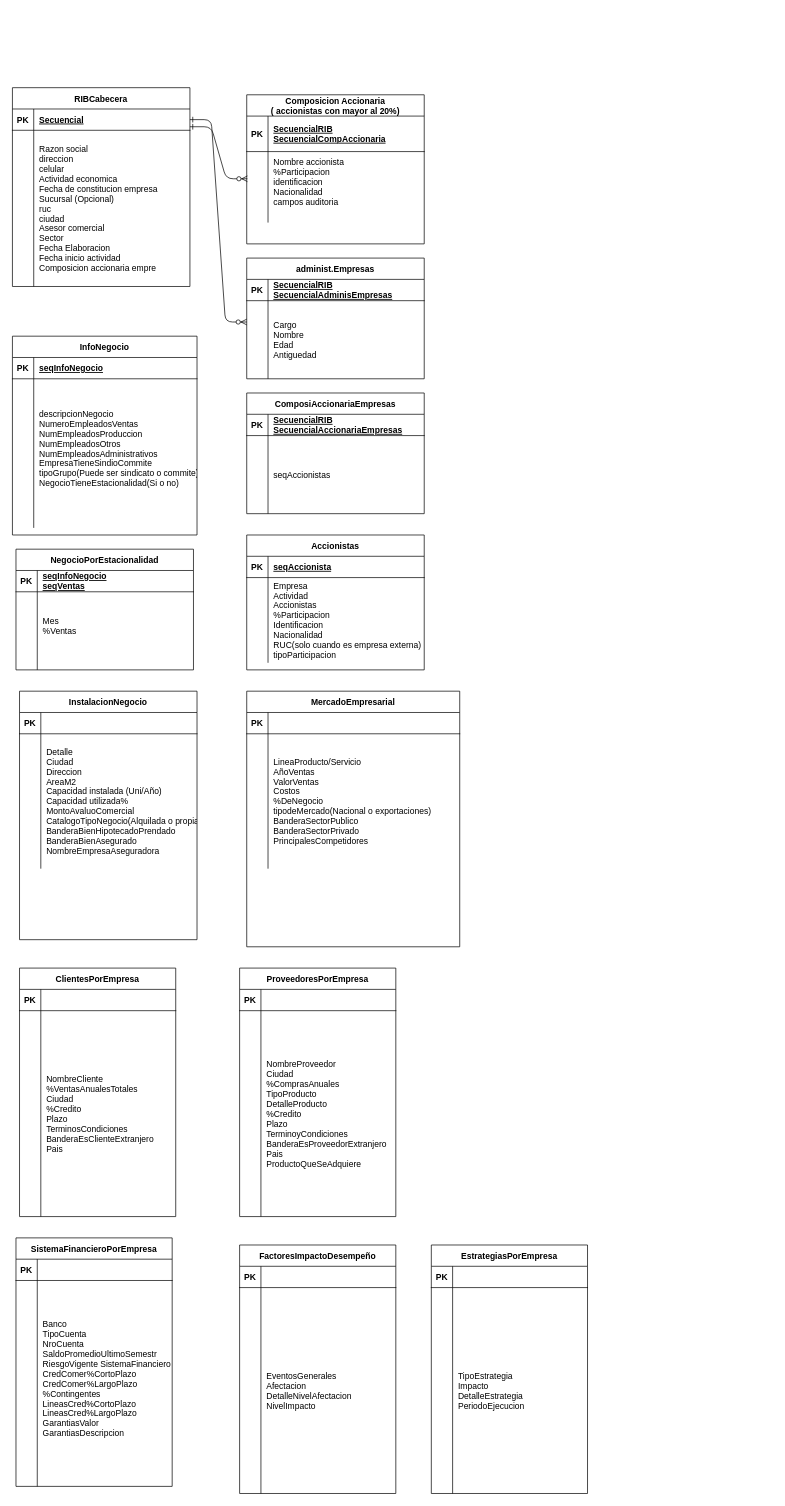
GonzaloDavid/diagramas keeps this draw.io diagram as RIB_BDD.drawio. Above is the earlier version. Source tidied: cells renumbered, new cells numbered last; positions are measured from the earlier drawing's top-left corner, leaving out a move shared by most shapes. Both pictures are drawn from the tidied source at 71%, with x=0, y=0 at pixel (12, 87).
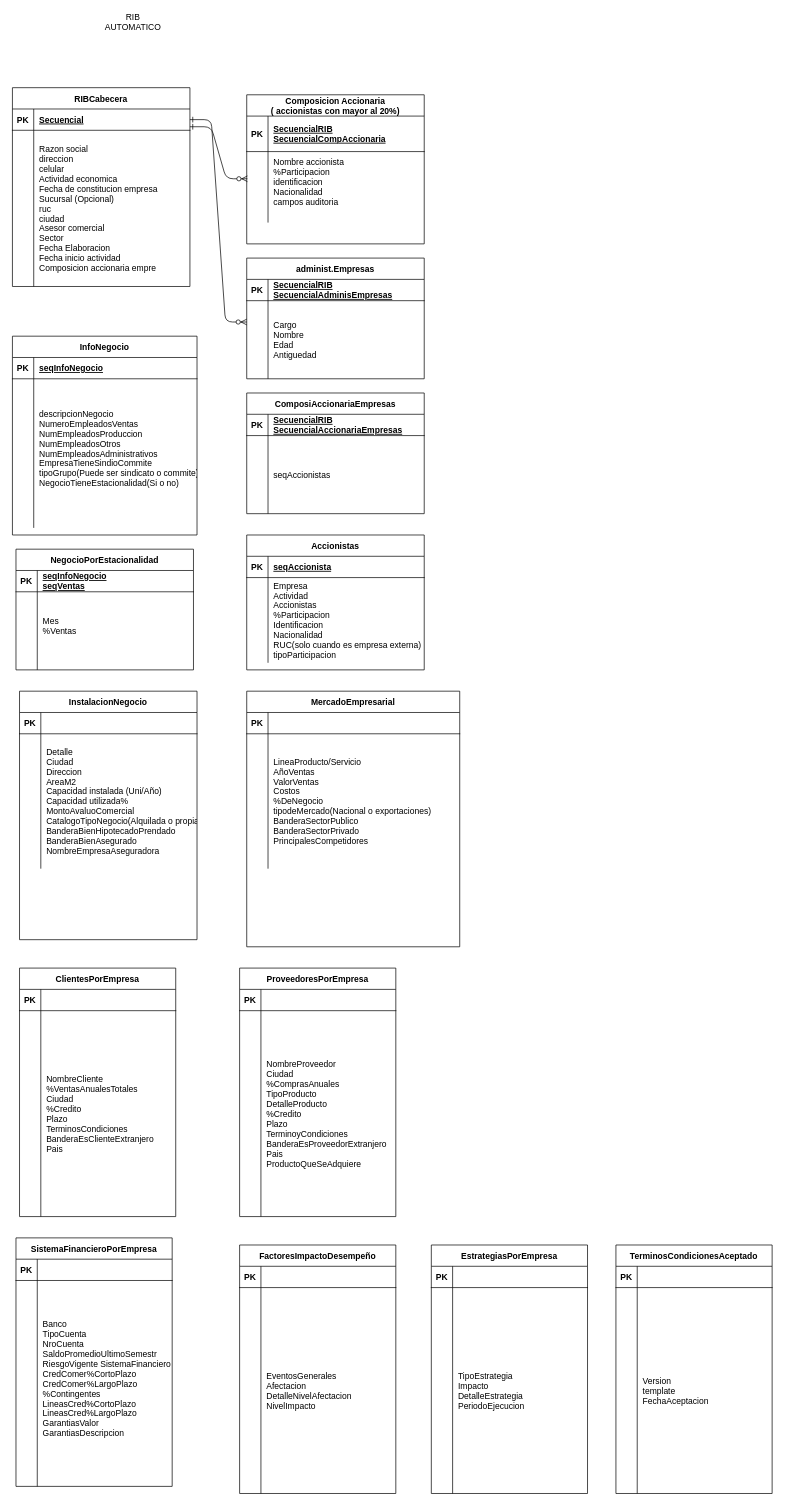
After the change.

Diff of the diagram source:
```diff
@@
+    <mxCell id="102" value="TerminosCondicionesAceptado" style="shape=table;startSize=30;childLayout=tableLayout;rowLines=0;fontStyle=1;align=center;" parent="1" vertex="1">
+      <mxGeometry x="850" y="1630" width="220" height="350" as="geometry" />
+    </mxCell>
+    <mxCell id="103" style="shape=partialRectangle;fillColor=none;top=0;left=0;right=0;bottom=1;" parent="102" vertex="1">
+      <mxGeometry y="30" width="220" height="30" as="geometry" />
+    </mxCell>
+    <mxCell id="104" value="PK" style="shape=partialRectangle;overflow=hidden;fillColor=none;top=0;left=0;bottom=0;right=0;fontStyle=1;" parent="103" vertex="1">
+      <mxGeometry width="30" height="30" as="geometry" />
+    </mxCell>
+    <mxCell id="105" style="shape=partialRectangle;overflow=hidden;fillColor=none;top=0;left=0;bottom=0;right=0;align=left;spacingLeft=6;fontStyle=5;" parent="103" vertex="1">
+      <mxGeometry x="30" width="190" height="30" as="geometry" />
+    </mxCell>
+    <mxCell id="106" style="shape=partialRectangle;fillColor=none;top=0;left=0;right=0;bottom=0;" parent="102" vertex="1">
+      <mxGeometry y="60" width="220" height="290" as="geometry" />
+    </mxCell>
+    <mxCell id="107" style="shape=partialRectangle;overflow=hidden;fillColor=none;top=0;left=0;bottom=0;right=0;" parent="106" vertex="1">
+      <mxGeometry width="30" height="290" as="geometry" />
+    </mxCell>
+    <mxCell id="108" value="Version&#10;template&#10;FechaAceptacion" style="shape=partialRectangle;overflow=hidden;fillColor=none;top=0;left=0;bottom=0;right=0;align=left;spacingLeft=6;" parent="106" vertex="1">
+      <mxGeometry x="30" width="190" height="290" as="geometry" />
+    </mxCell>
+    <mxCell id="109" value="RIB AUTOMATICO&lt;div&gt;&lt;br&gt;&lt;/div&gt;" style="text;html=1;align=center;verticalAlign=middle;whiteSpace=wrap;rounded=0;" parent="1" vertex="1">
+      <mxGeometry x="140" y="-100" width="60" height="30" as="geometry" />
+    </mxCell>
```
